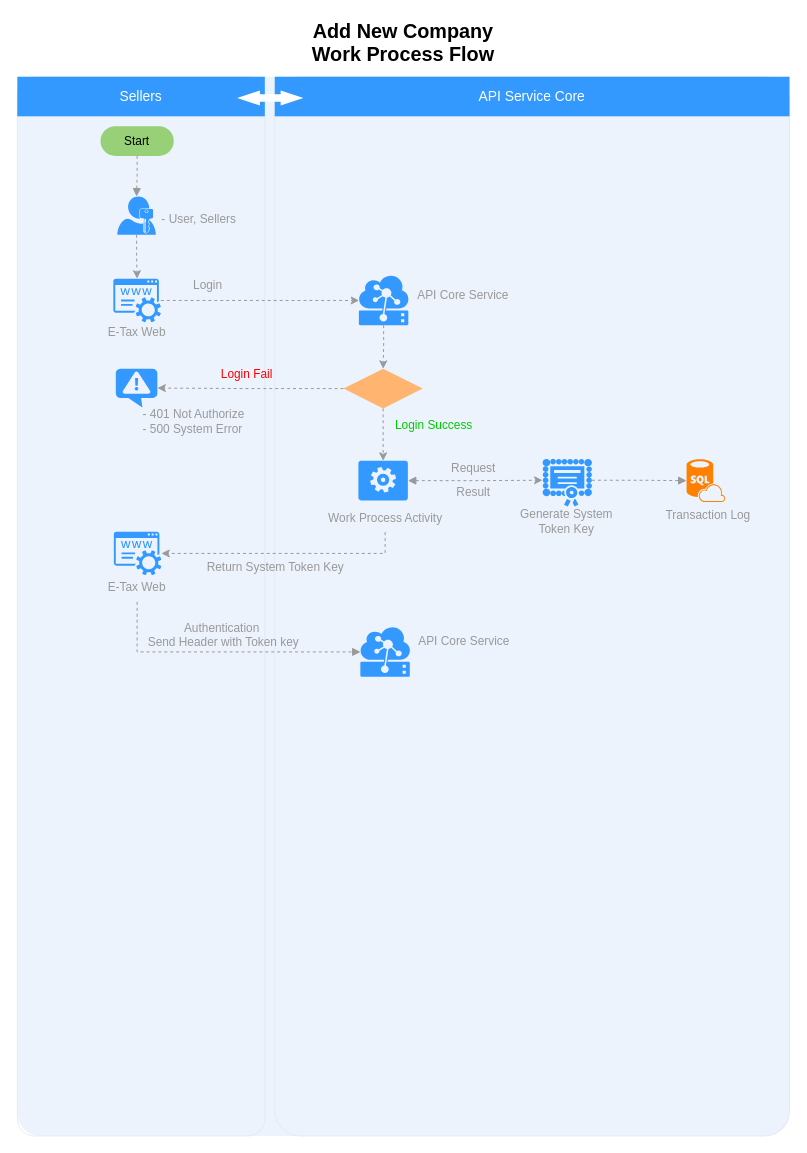
Before: Add New Company in the corporate.drawio in nirawat/eTax, a draw.io diagram. Source tidied: cells renumbered, new cells numbered last; positions are measured from the earlier drawing's top-left corner, leaving out a move shared by most shapes. Both pictures are drawn from the tidied source at 99%, with x=0, y=0 at pixel (17, 17).
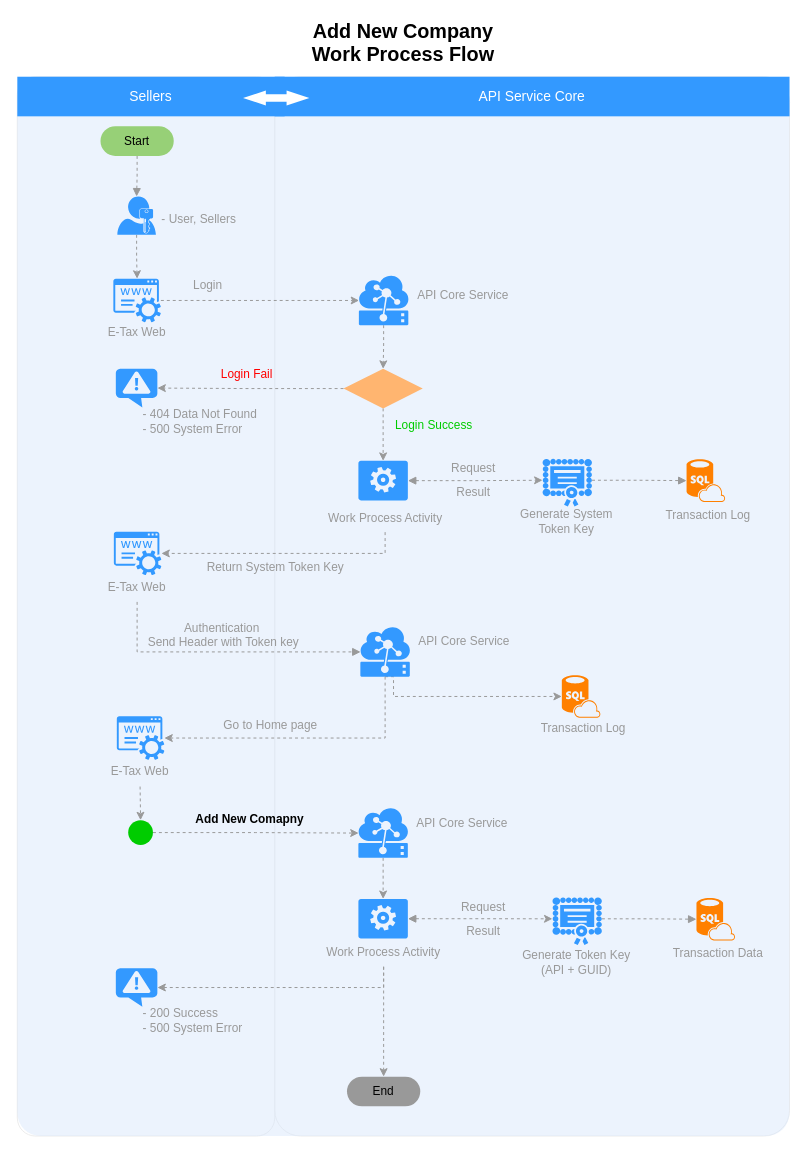
Above is the later version.

The change refers to these unchanged cells:
```xml
<mxCell id="9" style="shadow=0;dashed=0;html=1;strokeColor=none;labelPosition=center;verticalLabelPosition=bottom;verticalAlign=top;align=center;shape=mxgraph.mscae.cloud.iot_edge;fillColor=#3399FF;fontSize=12;fontColor=#999999;" parent="1" vertex="1">
  <mxGeometry x="346.5" y="616" width="50" height="50" as="geometry" />
</mxCell>
```

What changed in the source:
```diff
@@
     <mxCell id="3" style="rounded=1;whiteSpace=wrap;html=1;strokeColor=#E6E6E6;strokeWidth=1;fillColor=#FFFFFF;fontFamily=Helvetica;fontSize=14;fontColor=#FFB366;opacity=75;verticalAlign=top;fontStyle=1;arcSize=7;" parent="1" vertex="1">
-      <mxGeometry y="60" width="250" height="1070" as="geometry" />
+      <mxGeometry y="60" width="260" height="1070" as="geometry" />
     </mxCell>
@@
     <mxCell id="5" value="Sellers" style="whiteSpace=wrap;html=1;dashed=1;strokeColor=none;strokeWidth=2;fillColor=#3399FF;fontFamily=Helvetica;fontSize=14;fontColor=#FFFFFF;fontStyle=0;" parent="1" vertex="1">
-      <mxGeometry y="60" width="250" height="40" as="geometry" />
+      <mxGeometry y="60" width="270" height="40" as="geometry" />
     </mxCell>
@@
     <mxCell id="8" style="shape=mxgraph.arrows.two_way_arrow_horizontal;html=1;verticalLabelPosition=bottom;verticalAlign=top;strokeWidth=2;strokeColor=none;dashed=1;fillColor=#FFFFFF;fontFamily=Verdana;fontSize=12;fontColor=#00BEF2;" parent="1" vertex="1">
-      <mxGeometry x="222" y="74" width="67" height="15" as="geometry" />
+      <mxGeometry x="228" y="74" width="67" height="15" as="geometry" />
     </mxCell>
+    <mxCell id="54" style="edgeStyle=orthogonalEdgeStyle;rounded=0;jettySize=auto;html=1;exitX=0.5;exitY=1;exitDx=0;exitDy=0;exitPerimeter=0;entryX=0;entryY=0.5;entryDx=0;entryDy=0;entryPerimeter=0;dashed=1;strokeColor=#999999;fontColor=#00CC00;" parent="1" edge="1" source="9" target="60">
+      <mxGeometry relative="1" as="geometry">
+        <Array as="points">
+          <mxPoint x="380" y="666" />
+          <mxPoint x="380" y="686" />
+        </Array>
+      </mxGeometry>
+    </mxCell>
@@
-    <mxCell id="51" value="- 401 Not Authorize&lt;br&gt;- 500 System Error&lt;br&gt;" style="text;html=1;strokeColor=none;fillColor=none;align=left;verticalAlign=middle;whiteSpace=wrap;rounded=0;fontSize=12;fontColor=#999999;" parent="1" vertex="1">
+    <mxCell id="51" value="- 404 Data Not Found&lt;br&gt;- 500 System Error&lt;br&gt;" style="text;html=1;strokeColor=none;fillColor=none;align=left;verticalAlign=middle;whiteSpace=wrap;rounded=0;fontSize=12;fontColor=#999999;" parent="1" vertex="1">
       <mxGeometry x="125" y="390" width="143" height="35" as="geometry" />
     </mxCell>
@@
+    <mxCell id="55" style="group;" parent="1" vertex="1">
+      <mxGeometry x="291.5" y="890.5" width="160" height="72" as="geometry" />
+    </mxCell>
+    <mxCell id="56" style="verticalLabelPosition=bottom;html=1;verticalAlign=top;align=center;strokeColor=none;fillColor=#3399FF;shape=mxgraph.azure.worker_role;fontSize=12;fontColor=#999999;" parent="55" vertex="1">
+      <mxGeometry x="53" width="50" height="40" as="geometry" />
+    </mxCell>
+    <mxCell id="57" style="group;" parent="1" vertex="1">
+      <mxGeometry x="510" y="683.5" width="108" height="79" as="geometry" />
+    </mxCell>
+    <mxCell id="58" style="group;" parent="57" vertex="1">
+      <mxGeometry width="108" height="79" as="geometry" />
+    </mxCell>
+    <mxCell id="59" value="Transaction Log" style="text;html=1;strokeColor=none;fillColor=none;align=center;verticalAlign=middle;whiteSpace=wrap;rounded=0;fontSize=12;fontColor=#999999;" parent="58" vertex="1">
+      <mxGeometry x="8" y="20" width="108" height="29" as="geometry" />
+    </mxCell>
+    <mxCell id="60" style="verticalLabelPosition=bottom;html=1;verticalAlign=top;align=center;strokeColor=none;fillColor=#FF8000;shape=mxgraph.azure.sql_database_sql_azure;fontSize=12;fontColor=#999999;" parent="58" vertex="1">
+      <mxGeometry x="40" y="-19" width="39" height="43" as="geometry" />
+    </mxCell>
+    <mxCell id="61" style="group;" parent="1" vertex="1">
+      <mxGeometry x="69" y="706" width="110" height="74" as="geometry" />
+    </mxCell>
+    <mxCell id="62" style="shadow=0;dashed=0;html=1;strokeColor=none;fillColor=#3399FF;labelPosition=center;verticalLabelPosition=bottom;verticalAlign=top;outlineConnect=0;align=center;shape=mxgraph.office.services.registrar_service;" parent="61" vertex="1">
+      <mxGeometry x="31.5" width="48" height="44" as="geometry" />
+    </mxCell>
+    <mxCell id="63" value="E-Tax Web" style="text;html=1;strokeColor=none;fillColor=none;align=center;verticalAlign=middle;whiteSpace=wrap;rounded=0;fontSize=12;fontColor=#999999;" parent="61" vertex="1">
+      <mxGeometry y="41" width="110" height="30" as="geometry" />
+    </mxCell>
+    <mxCell id="64" value="Go to Home page&lt;br&gt;" style="text;html=1;strokeColor=none;fillColor=none;align=center;verticalAlign=middle;whiteSpace=wrap;rounded=0;fontSize=12;fontColor=#999999;" parent="1" vertex="1">
+      <mxGeometry x="171.5" y="707" width="168" height="16" as="geometry" />
+    </mxCell>
+    <mxCell id="65" style="edgeStyle=orthogonalEdgeStyle;rounded=0;jettySize=auto;html=1;exitX=0.5;exitY=1;exitDx=0;exitDy=0;dashed=1;strokeColor=#999999;fontColor=#00CC00;exitPerimeter=0;" parent="1" edge="1" source="9" target="62">
+      <mxGeometry relative="1" as="geometry">
+        <Array as="points">
+          <mxPoint x="372" y="728" />
+        </Array>
+      </mxGeometry>
+    </mxCell>
+    <mxCell id="66" style="edgeStyle=orthogonalEdgeStyle;rounded=0;jettySize=auto;html=1;exitX=0.5;exitY=1;exitDx=0;exitDy=0;exitPerimeter=0;entryX=0.5;entryY=0;entryDx=0;entryDy=0;entryPerimeter=0;dashed=1;strokeColor=#999999;fontColor=#00CC00;" parent="1" edge="1" source="67" target="56">
+      <mxGeometry relative="1" as="geometry" />
+    </mxCell>
+    <mxCell id="67" style="shadow=0;dashed=0;html=1;strokeColor=none;labelPosition=center;verticalLabelPosition=bottom;verticalAlign=top;align=center;shape=mxgraph.mscae.cloud.iot_edge;fillColor=#3399FF;fontSize=12;fontColor=#999999;" parent="1" vertex="1">
+      <mxGeometry x="344.5" y="799" width="50" height="50" as="geometry" />
+    </mxCell>
+    <mxCell id="68" value="API Core Service" style="text;html=1;strokeColor=none;fillColor=none;align=center;verticalAlign=middle;whiteSpace=wrap;rounded=0;fontSize=12;fontColor=#999999;" parent="1" vertex="1">
+      <mxGeometry x="399" y="799.5" width="101" height="29" as="geometry" />
+    </mxCell>
+    <mxCell id="69" style="group;" parent="1" vertex="1">
+      <mxGeometry x="510" y="963" width="108" height="79" as="geometry" />
+    </mxCell>
+    <mxCell id="70" style="edgeStyle=orthogonalEdgeStyle;rounded=0;jettySize=auto;html=1;exitX=1;exitY=0.5;exitDx=0;exitDy=0;entryX=0.005;entryY=0.5;entryDx=0;entryDy=0;entryPerimeter=0;dashed=1;strokeColor=#999999;fontColor=#00CC00;" parent="1" edge="1" source="86" target="67">
+      <mxGeometry relative="1" as="geometry" />
+    </mxCell>
+    <mxCell id="71" value="Add New Comapny&lt;br&gt;" style="text;html=1;strokeColor=none;fillColor=none;align=center;verticalAlign=middle;whiteSpace=wrap;rounded=0;fontSize=12;fontColor=#000000;fontStyle=1;" parent="1" vertex="1">
+      <mxGeometry x="150.5" y="802" width="168" height="16" as="geometry" />
+    </mxCell>
+    <mxCell id="72" style="edgeStyle=orthogonalEdgeStyle;rounded=0;jettySize=auto;html=1;exitX=0.5;exitY=1;exitDx=0;exitDy=0;entryX=1;entryY=0.5;entryDx=0;entryDy=0;entryPerimeter=0;dashed=1;strokeColor=#999999;fontColor=#00CC00;" parent="1" edge="1" source="74" target="83">
+      <mxGeometry relative="1" as="geometry" />
+    </mxCell>
+    <mxCell id="73" style="edgeStyle=orthogonalEdgeStyle;rounded=0;jettySize=auto;html=1;exitX=0.5;exitY=1;exitDx=0;exitDy=0;entryX=0.5;entryY=0;entryDx=0;entryDy=0;dashed=1;strokeColor=#999999;fontColor=#00CC00;" parent="1" edge="1" source="74" target="85">
+      <mxGeometry relative="1" as="geometry" />
+    </mxCell>
+    <mxCell id="74" value="Work Process Activity&lt;br&gt;" style="text;html=1;strokeColor=none;fillColor=none;align=center;verticalAlign=middle;whiteSpace=wrap;rounded=0;fontSize=12;fontColor=#999999;" parent="1" vertex="1">
+      <mxGeometry x="290" y="930" width="160" height="29" as="geometry" />
+    </mxCell>
+    <mxCell id="75" value="Transaction Data" style="text;html=1;strokeColor=none;fillColor=none;align=center;verticalAlign=middle;whiteSpace=wrap;rounded=0;fontSize=12;fontColor=#999999;" parent="1" vertex="1">
+      <mxGeometry x="654" y="931.5" width="108" height="29" as="geometry" />
+    </mxCell>
+    <mxCell id="76" style="verticalLabelPosition=bottom;html=1;verticalAlign=top;align=center;strokeColor=none;fillColor=#FF8000;shape=mxgraph.azure.sql_database_sql_azure;fontSize=12;fontColor=#999999;" parent="1" vertex="1">
+      <mxGeometry x="686" y="889.5" width="39" height="43" as="geometry" />
+    </mxCell>
+    <mxCell id="77" value="Generate Token Key&lt;br&gt;(API + GUID)&lt;br&gt;" style="text;html=1;strokeColor=none;fillColor=none;align=center;verticalAlign=middle;whiteSpace=wrap;rounded=0;fontSize=12;fontColor=#999999;" parent="1" vertex="1">
+      <mxGeometry x="508" y="937" width="114" height="36" as="geometry" />
+    </mxCell>
+    <mxCell id="78" style="shadow=0;dashed=0;html=1;strokeColor=none;labelPosition=center;verticalLabelPosition=bottom;verticalAlign=top;align=center;shape=mxgraph.mscae.intune.inventory_license;fillColor=#3399FF;fontSize=14;" parent="1" vertex="1">
+      <mxGeometry x="540.5" y="889" width="50" height="48" as="geometry" />
+    </mxCell>
+    <mxCell id="79" style="edgeStyle=orthogonalEdgeStyle;rounded=0;jettySize=auto;html=1;exitX=1;exitY=0.5;exitDx=0;exitDy=0;exitPerimeter=0;entryX=0;entryY=0.45;entryDx=0;entryDy=0;entryPerimeter=0;dashed=1;strokeColor=#999999;startArrow=block;startFill=1;" parent="1" edge="1" source="56" target="78">
+      <mxGeometry relative="1" as="geometry" />
+    </mxCell>
+    <mxCell id="80" value="Request" style="text;html=1;strokeColor=none;fillColor=none;align=center;verticalAlign=middle;whiteSpace=wrap;rounded=0;fontSize=12;fontColor=#999999;" parent="1" vertex="1">
+      <mxGeometry x="441" y="889" width="60" height="20" as="geometry" />
+    </mxCell>
+    <mxCell id="81" value="Result" style="text;html=1;strokeColor=none;fillColor=none;align=center;verticalAlign=middle;whiteSpace=wrap;rounded=0;fontSize=12;fontColor=#999999;" parent="1" vertex="1">
+      <mxGeometry x="441" y="913" width="60" height="20" as="geometry" />
+    </mxCell>
+    <mxCell id="82" style="edgeStyle=orthogonalEdgeStyle;rounded=0;jettySize=auto;html=1;exitX=1;exitY=0.45;exitDx=0;exitDy=0;exitPerimeter=0;entryX=0;entryY=0.5;entryDx=0;entryDy=0;entryPerimeter=0;dashed=1;startArrow=none;startFill=0;endArrow=block;endFill=1;strokeColor=#999999;" parent="1" edge="1" source="78" target="76">
+      <mxGeometry relative="1" as="geometry" />
+    </mxCell>
+    <mxCell id="83" style="verticalLabelPosition=bottom;html=1;verticalAlign=top;align=center;strokeColor=none;fillColor=#3399FF;shape=mxgraph.azure.notification_topic;fontSize=12;fontColor=#999999;" parent="1" vertex="1">
+      <mxGeometry x="99.5" y="960.5" width="42" height="39" as="geometry" />
+    </mxCell>
+    <mxCell id="84" value="- 200 Success&lt;br&gt;- 500 System Error&lt;br&gt;" style="text;html=1;strokeColor=none;fillColor=none;align=left;verticalAlign=middle;whiteSpace=wrap;rounded=0;fontSize=12;fontColor=#999999;" parent="1" vertex="1">
+      <mxGeometry x="125" y="995.5" width="143" height="35" as="geometry" />
+    </mxCell>
+    <mxCell id="85" value="End" style="rounded=1;whiteSpace=wrap;html=1;fontColor=#000000;align=center;arcSize=50;labelBackgroundColor=none;fillColor=#999999;strokeColor=none;" parent="1" vertex="1">
+      <mxGeometry x="333" y="1070" width="74" height="30" as="geometry" />
+    </mxCell>
+    <mxCell id="86" style="ellipse;whiteSpace=wrap;html=1;fillColor=#00CC00;fontColor=#000000;align=center;strokeColor=none;" parent="1" vertex="1">
+      <mxGeometry x="112" y="811" width="25" height="25" as="geometry" />
+    </mxCell>
+    <mxCell id="87" style="edgeStyle=orthogonalEdgeStyle;rounded=0;jettySize=auto;html=1;exitX=0.5;exitY=1;exitDx=0;exitDy=0;entryX=0.5;entryY=0;entryDx=0;entryDy=0;dashed=1;strokeColor=#999999;fontColor=#000000;" parent="1" edge="1" source="63" target="86">
+      <mxGeometry relative="1" as="geometry" />
+    </mxCell>
```
